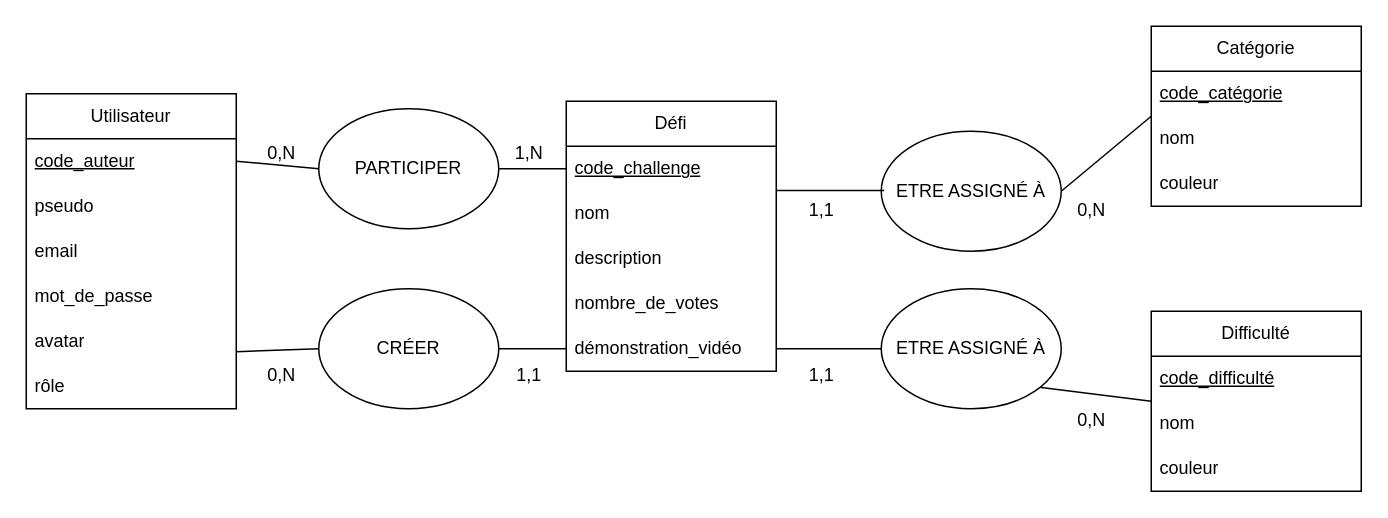
This is docs/MCD.drawio from kishankarunanithy/Gamer-back, a draw.io file, before an edit. Source tidied: cells renumbered, new cells numbered last; positions are measured from the earlier drawing's top-left corner, leaving out a move shared by most shapes. Both pictures are drawn from the tidied source at 150%, with x=0, y=0 at pixel (26, 26).
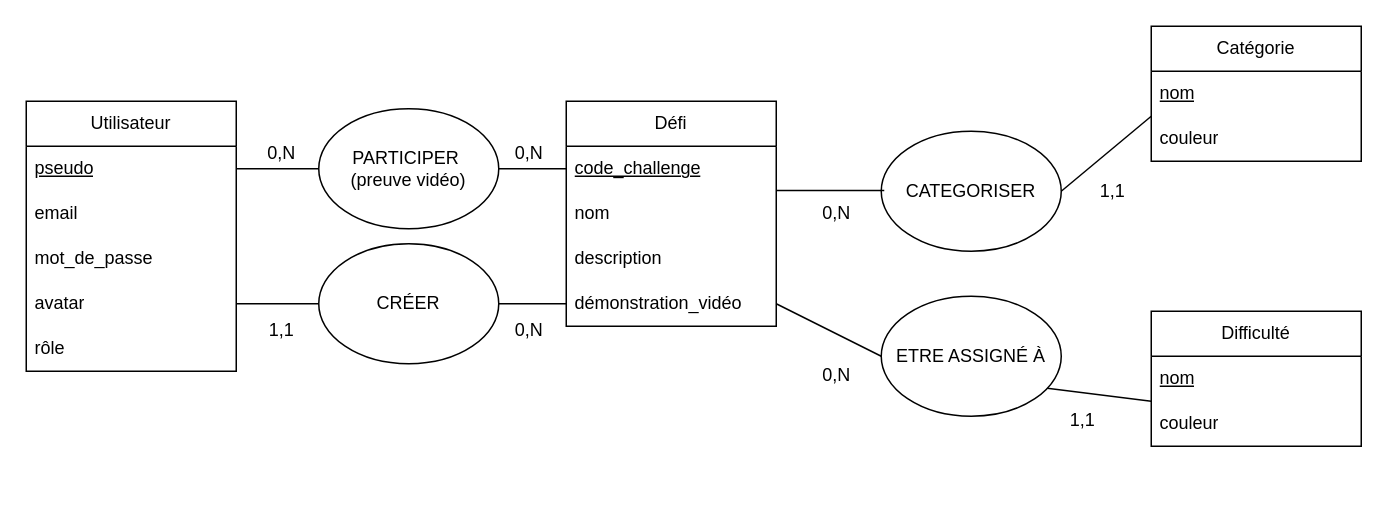
Above is the later version.

Diff of the diagram source:
```diff
@@
     <mxCell id="2" value="Défi" style="swimlane;fontStyle=0;horizontal=1;startSize=30;whiteSpace=wrap;html=1;" parent="1" vertex="1">
-      <mxGeometry x="360" y="50" width="140" height="180" as="geometry" />
+      <mxGeometry x="360" y="50" width="140" height="150" as="geometry" />
     </mxCell>
@@
-    <mxCell id="6" value="nombre_de_votes" style="text;strokeColor=none;fillColor=none;align=left;verticalAlign=middle;spacingLeft=4;spacingRight=4;overflow=hidden;whiteSpace=wrap;html=1;" parent="2" vertex="1">
-      <mxGeometry y="120" width="140" height="30" as="geometry" />
-    </mxCell>
     <mxCell id="7" value="démonstration_vidéo" style="text;strokeColor=none;fillColor=none;align=left;verticalAlign=middle;spacingLeft=4;spacingRight=4;overflow=hidden;points=[[0,0.5],[1,0.5]];portConstraint=eastwest;whiteSpace=wrap;html=1;" parent="2" vertex="1">
-      <mxGeometry y="150" width="140" height="30" as="geometry" />
+      <mxGeometry y="120" width="140" height="30" as="geometry" />
     </mxCell>
     <mxCell id="8" value="Catégorie" style="swimlane;fontStyle=0;horizontal=1;startSize=30;whiteSpace=wrap;html=1;" parent="1" vertex="1">
-      <mxGeometry x="750" width="140" height="120" as="geometry" />
+      <mxGeometry x="750" width="140" height="90" as="geometry" />
     </mxCell>
-    <mxCell id="9" value="&lt;u&gt;code_catégorie&lt;/u&gt;" style="text;strokeColor=none;fillColor=none;align=left;verticalAlign=middle;spacingLeft=4;spacingRight=4;overflow=hidden;whiteSpace=wrap;html=1;" parent="8" vertex="1">
+    <mxCell id="9" value="&lt;u&gt;nom&lt;/u&gt;" style="text;strokeColor=none;fillColor=none;align=left;verticalAlign=middle;spacingLeft=4;spacingRight=4;overflow=hidden;whiteSpace=wrap;html=1;" parent="8" vertex="1">
       <mxGeometry y="30" width="140" height="30" as="geometry" />
     </mxCell>
-    <mxCell id="10" value="nom" style="text;strokeColor=none;fillColor=none;align=left;verticalAlign=middle;spacingLeft=4;spacingRight=4;overflow=hidden;points=[[0,0.5],[1,0.5]];portConstraint=eastwest;whiteSpace=wrap;html=1;" parent="8" vertex="1">
-      <mxGeometry y="60" width="140" height="30" as="geometry" />
-    </mxCell>
     <mxCell id="11" value="couleur" style="text;strokeColor=none;fillColor=none;align=left;verticalAlign=middle;spacingLeft=4;spacingRight=4;overflow=hidden;whiteSpace=wrap;html=1;" parent="8" vertex="1">
-      <mxGeometry y="90" width="140" height="30" as="geometry" />
+      <mxGeometry y="60" width="140" height="30" as="geometry" />
     </mxCell>
     <mxCell id="12" value="Difficulté" style="swimlane;fontStyle=0;horizontal=1;startSize=30;whiteSpace=wrap;html=1;" parent="1" vertex="1">
-      <mxGeometry x="750" y="190" width="140" height="120" as="geometry" />
+      <mxGeometry x="750" y="190" width="140" height="90" as="geometry" />
     </mxCell>
-    <mxCell id="13" value="&lt;u&gt;code_difficulté&lt;/u&gt;" style="text;strokeColor=none;fillColor=none;align=left;verticalAlign=middle;spacingLeft=4;spacingRight=4;overflow=hidden;whiteSpace=wrap;html=1;" parent="12" vertex="1">
+    <mxCell id="13" value="&lt;u&gt;nom&lt;/u&gt;" style="text;strokeColor=none;fillColor=none;align=left;verticalAlign=middle;spacingLeft=4;spacingRight=4;overflow=hidden;whiteSpace=wrap;html=1;" parent="12" vertex="1">
       <mxGeometry y="30" width="140" height="30" as="geometry" />
     </mxCell>
-    <mxCell id="14" value="nom" style="text;strokeColor=none;fillColor=none;align=left;verticalAlign=middle;spacingLeft=4;spacingRight=4;overflow=hidden;points=[[0,0.5],[1,0.5]];portConstraint=eastwest;whiteSpace=wrap;html=1;" parent="12" vertex="1">
-      <mxGeometry y="60" width="140" height="30" as="geometry" />
-    </mxCell>
     <mxCell id="15" value="couleur" style="text;strokeColor=none;fillColor=none;align=left;verticalAlign=middle;spacingLeft=4;spacingRight=4;overflow=hidden;whiteSpace=wrap;html=1;" parent="12" vertex="1">
-      <mxGeometry y="90" width="140" height="30" as="geometry" />
+      <mxGeometry y="60" width="140" height="30" as="geometry" />
     </mxCell>
     <mxCell id="16" value="Utilisateur" style="swimlane;fontStyle=0;horizontal=1;startSize=30;whiteSpace=wrap;html=1;" parent="1" vertex="1">
-      <mxGeometry y="45" width="140" height="210" as="geometry" />
+      <mxGeometry y="50" width="140" height="180" as="geometry" />
     </mxCell>
-    <mxCell id="17" value="&lt;u&gt;code_auteur&lt;/u&gt;" style="text;strokeColor=none;fillColor=none;align=left;verticalAlign=middle;spacingLeft=4;spacingRight=4;overflow=hidden;points=[[0,0.5],[1,0.5]];portConstraint=eastwest;whiteSpace=wrap;html=1;" parent="16" vertex="1">
+    <mxCell id="17" value="&lt;u&gt;pseudo&lt;/u&gt;" style="text;strokeColor=none;fillColor=none;align=left;verticalAlign=middle;spacingLeft=4;spacingRight=4;overflow=hidden;points=[[0,0.5],[1,0.5]];portConstraint=eastwest;whiteSpace=wrap;html=1;" parent="16" vertex="1">
       <mxGeometry y="30" width="140" height="30" as="geometry" />
     </mxCell>
-    <mxCell id="18" value="pseudo" style="text;strokeColor=none;fillColor=none;align=left;verticalAlign=middle;spacingLeft=4;spacingRight=4;overflow=hidden;whiteSpace=wrap;html=1;" parent="16" vertex="1">
-      <mxGeometry y="60" width="140" height="30" as="geometry" />
-    </mxCell>
     <mxCell id="19" value="email" style="text;strokeColor=none;fillColor=none;align=left;verticalAlign=middle;spacingLeft=4;spacingRight=4;overflow=hidden;whiteSpace=wrap;html=1;" parent="16" vertex="1">
-      <mxGeometry y="90" width="140" height="30" as="geometry" />
+      <mxGeometry y="60" width="140" height="30" as="geometry" />
     </mxCell>
     <mxCell id="20" value="mot_de_passe" style="text;strokeColor=none;fillColor=none;align=left;verticalAlign=middle;spacingLeft=4;spacingRight=4;overflow=hidden;whiteSpace=wrap;html=1;" parent="16" vertex="1">
-      <mxGeometry y="120" width="140" height="30" as="geometry" />
+      <mxGeometry y="90" width="140" height="30" as="geometry" />
     </mxCell>
     <mxCell id="21" value="avatar" style="text;strokeColor=none;fillColor=none;align=left;verticalAlign=middle;spacingLeft=4;spacingRight=4;overflow=hidden;points=[[0,0.5],[1,0.5]];portConstraint=eastwest;whiteSpace=wrap;html=1;" parent="16" vertex="1">
-      <mxGeometry y="150" width="140" height="30" as="geometry" />
+      <mxGeometry y="120" width="140" height="30" as="geometry" />
     </mxCell>
     <mxCell id="22" value="rôle" style="text;strokeColor=none;fillColor=none;align=left;verticalAlign=middle;spacingLeft=4;spacingRight=4;overflow=hidden;whiteSpace=wrap;html=1;" parent="16" vertex="1">
-      <mxGeometry y="180" width="140" height="30" as="geometry" />
+      <mxGeometry y="150" width="140" height="30" as="geometry" />
     </mxCell>
-    <mxCell id="23" value="ETRE ASSIGNÉ À" style="ellipse;whiteSpace=wrap;html=1;" parent="1" vertex="1">
+    <mxCell id="23" value="CATEGORISER" style="ellipse;whiteSpace=wrap;html=1;" parent="1" vertex="1">
       <mxGeometry x="570" y="70" width="120" height="80" as="geometry" />
     </mxCell>
@@
-    <mxCell id="25" style="edgeStyle=none;html=1;exitX=1;exitY=0.5;exitDx=0;exitDy=0;endArrow=none;endFill=0;entryX=0;entryY=0;entryDx=0;entryDy=0;entryPerimeter=0;" parent="1" edge="1" source="23" target="10">
-      <mxGeometry relative="1" as="geometry" />
+    <mxCell id="25" style="edgeStyle=none;html=1;exitX=1;exitY=0.5;exitDx=0;exitDy=0;endArrow=none;endFill=0;entryX=0;entryY=0;entryDx=0;entryDy=0;entryPerimeter=0;" parent="1" edge="1" source="23">
+      <mxGeometry relative="1" as="geometry">
+        <mxPoint x="750" y="60" as="targetPoint" />
+      </mxGeometry>
     </mxCell>
     <mxCell id="26" value="1,1" style="text;html=1;align=center;verticalAlign=middle;strokeColor=none;fillColor=none;" parent="1" vertex="1">
-      <mxGeometry x="510" y="108" width="40" height="30" as="geometry" />
+      <mxGeometry x="703.5" y="95" width="40" height="30" as="geometry" />
     </mxCell>
     <mxCell id="27" value="0,N" style="text;html=1;align=center;verticalAlign=middle;strokeColor=none;fillColor=none;" parent="1" vertex="1">
-      <mxGeometry x="690" y="108" width="40" height="30" as="geometry" />
+      <mxGeometry x="520" y="110" width="40" height="30" as="geometry" />
     </mxCell>
-    <mxCell id="28" style="edgeStyle=none;html=1;entryX=0;entryY=0;entryDx=0;entryDy=0;entryPerimeter=0;endArrow=none;endFill=0;" parent="1" edge="1" target="14">
+    <mxCell id="28" style="edgeStyle=none;html=1;entryX=0;entryY=0;entryDx=0;entryDy=0;entryPerimeter=0;endArrow=none;endFill=0;" parent="1" edge="1">
       <mxGeometry relative="1" as="geometry">
         <mxPoint x="670" y="240" as="sourcePoint" />
+        <mxPoint x="750" y="250" as="targetPoint" />
       </mxGeometry>
     </mxCell>
     <mxCell id="29" value="0,N" style="text;html=1;align=center;verticalAlign=middle;strokeColor=none;fillColor=none;" parent="1" vertex="1">
-      <mxGeometry x="690" y="248" width="40" height="30" as="geometry" />
+      <mxGeometry x="520" y="218" width="40" height="30" as="geometry" />
     </mxCell>
-    <mxCell id="30" value="PARTICIPER" style="ellipse;whiteSpace=wrap;html=1;" parent="1" vertex="1">
+    <mxCell id="30" value="PARTICIPER&amp;nbsp;&lt;div&gt;(preuve vidéo)&lt;/div&gt;" style="ellipse;whiteSpace=wrap;html=1;" parent="1" vertex="1">
       <mxGeometry x="195" y="55" width="120" height="80" as="geometry" />
     </mxCell>
@@
-    <mxCell id="34" value="1,N" style="text;html=1;align=center;verticalAlign=middle;strokeColor=none;fillColor=none;" parent="1" vertex="1">
+    <mxCell id="34" value="0,N" style="text;html=1;align=center;verticalAlign=middle;strokeColor=none;fillColor=none;" parent="1" vertex="1">
       <mxGeometry x="315" y="70" width="40" height="30" as="geometry" />
     </mxCell>
     <mxCell id="35" value="CRÉER" style="ellipse;whiteSpace=wrap;html=1;" parent="1" vertex="1">
-      <mxGeometry x="195" y="175" width="120" height="80" as="geometry" />
+      <mxGeometry x="195" y="145" width="120" height="80" as="geometry" />
     </mxCell>
-    <mxCell id="36" style="edgeStyle=none;html=1;exitX=0;exitY=0.5;exitDx=0;exitDy=0;entryX=1;entryY=0.5;entryDx=0;entryDy=0;endArrow=none;endFill=0;" parent="1" edge="1" source="7" target="35">
-      <mxGeometry relative="1" as="geometry" />
+    <mxCell id="36" style="edgeStyle=none;html=1;exitX=0;exitY=0.5;exitDx=0;exitDy=0;entryX=1;entryY=0.5;entryDx=0;entryDy=0;endArrow=none;endFill=0;" parent="1" edge="1" target="35">
+      <mxGeometry relative="1" as="geometry">
+        <mxPoint x="360" y="185" as="sourcePoint" />
+      </mxGeometry>
     </mxCell>
-    <mxCell id="37" style="edgeStyle=none;html=1;entryX=0;entryY=0.5;entryDx=0;entryDy=0;endArrow=none;endFill=0;exitX=1;exitY=0.733;exitDx=0;exitDy=0;exitPerimeter=0;" parent="1" edge="1" source="21" target="35">
+    <mxCell id="37" style="edgeStyle=none;html=1;entryX=0;entryY=0.5;entryDx=0;entryDy=0;endArrow=none;endFill=0;exitX=1;exitY=0.5;exitDx=0;exitDy=0;" parent="1" edge="1" source="21" target="35">
       <mxGeometry relative="1" as="geometry" />
     </mxCell>
     <mxCell id="38" value="0,N" style="text;html=1;align=center;verticalAlign=middle;strokeColor=none;fillColor=none;" parent="1" vertex="1">
-      <mxGeometry x="150" y="218" width="40" height="30" as="geometry" />
+      <mxGeometry x="315" y="188" width="40" height="30" as="geometry" />
     </mxCell>
     <mxCell id="39" value="1,1" style="text;html=1;align=center;verticalAlign=middle;strokeColor=none;fillColor=none;" parent="1" vertex="1">
-      <mxGeometry x="315" y="218" width="40" height="30" as="geometry" />
+      <mxGeometry x="150" y="188" width="40" height="30" as="geometry" />
     </mxCell>
     <mxCell id="40" value="ETRE ASSIGNÉ À" style="ellipse;whiteSpace=wrap;html=1;" parent="1" vertex="1">
-      <mxGeometry x="570" y="175" width="120" height="80" as="geometry" />
+      <mxGeometry x="570" y="180" width="120" height="80" as="geometry" />
     </mxCell>
@@
     <mxCell id="42" value="1,1" style="text;html=1;align=center;verticalAlign=middle;strokeColor=none;fillColor=none;" parent="1" vertex="1">
-      <mxGeometry x="510" y="218" width="40" height="30" as="geometry" />
+      <mxGeometry x="684" y="248" width="40" height="30" as="geometry" />
     </mxCell>
```
